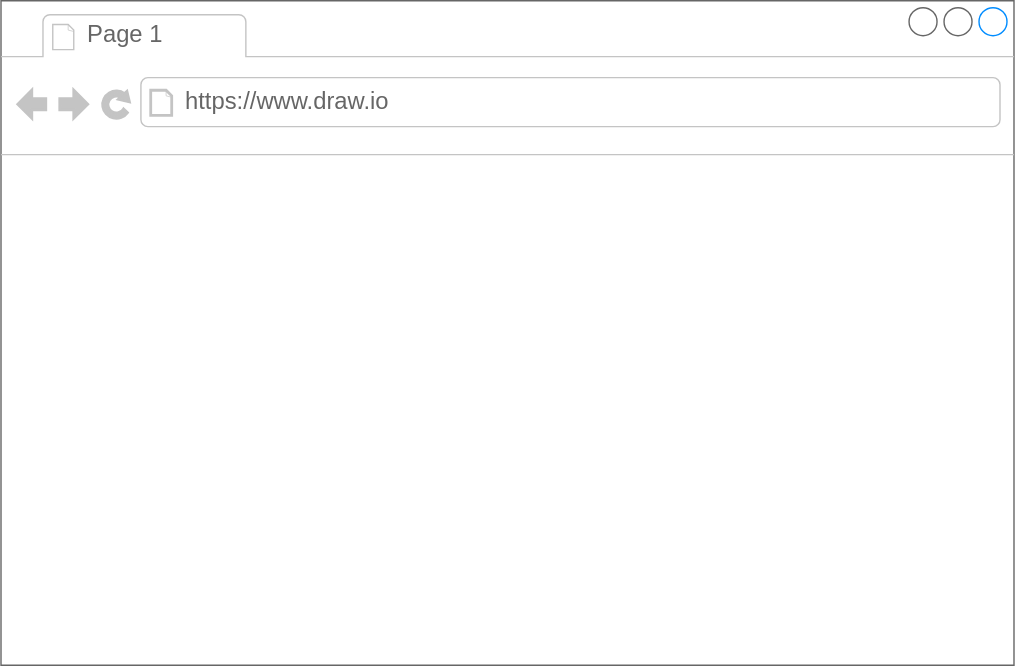
satosatoaa/kensyu keeps this draw.io diagram as 名称未設定ファイル.drawio.svg. Above is the earlier version. Source tidied: cells renumbered, new cells last; positions are measured from the earlier drawing's top-left corner, leaving out a move shared by most shapes.
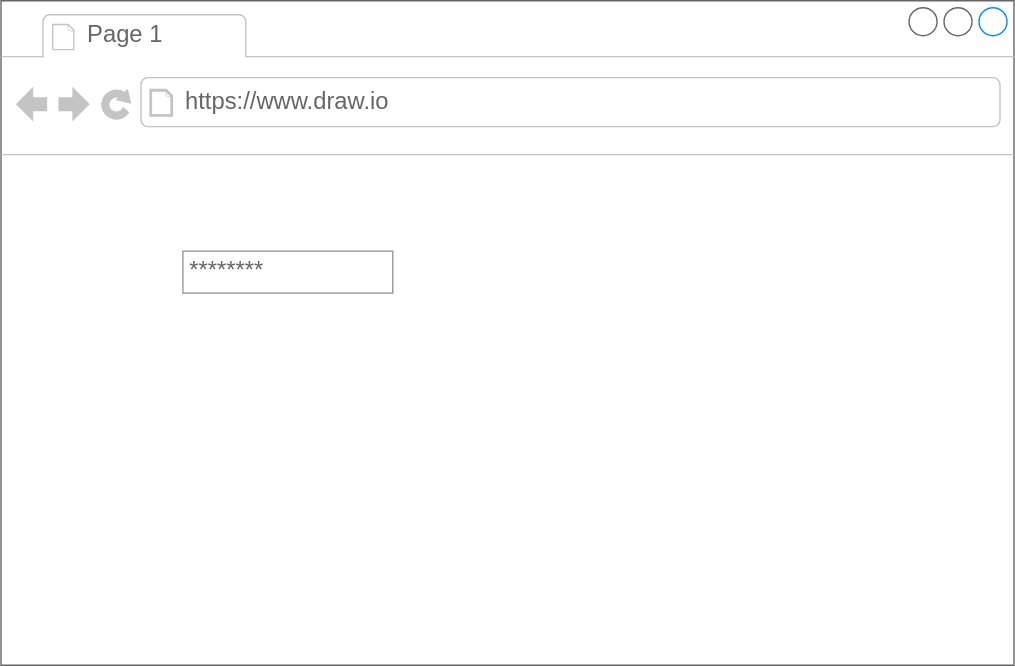
Later version of the same file.

Commit message:
名称未設定ファイル.drawio.svg を更新します

Diff of the diagram source:
```diff
@@ -11,5 +11,8 @@
     <mxCell id="4" value="https://www.draw.io" style="strokeWidth=1;shadow=0;dashed=0;align=center;html=1;shape=mxgraph.mockup.containers.anchor;rSize=0;fontSize=17;fontColor=#666666;align=left;" parent="2" vertex="1">
       <mxGeometry x="130" y="60" width="250" height="26" as="geometry" />
     </mxCell>
+    <mxCell id="5" value="********" style="strokeWidth=1;shadow=0;dashed=0;align=center;html=1;shape=mxgraph.mockup.forms.pwField;strokeColor=#999999;mainText=;align=left;fontColor=#666666;fontSize=17;spacingLeft=3;" parent="2" vertex="1">
+      <mxGeometry x="130" y="179" width="150" height="30" as="geometry" />
+    </mxCell>
   </root>
 </mxGraphModel>
```
